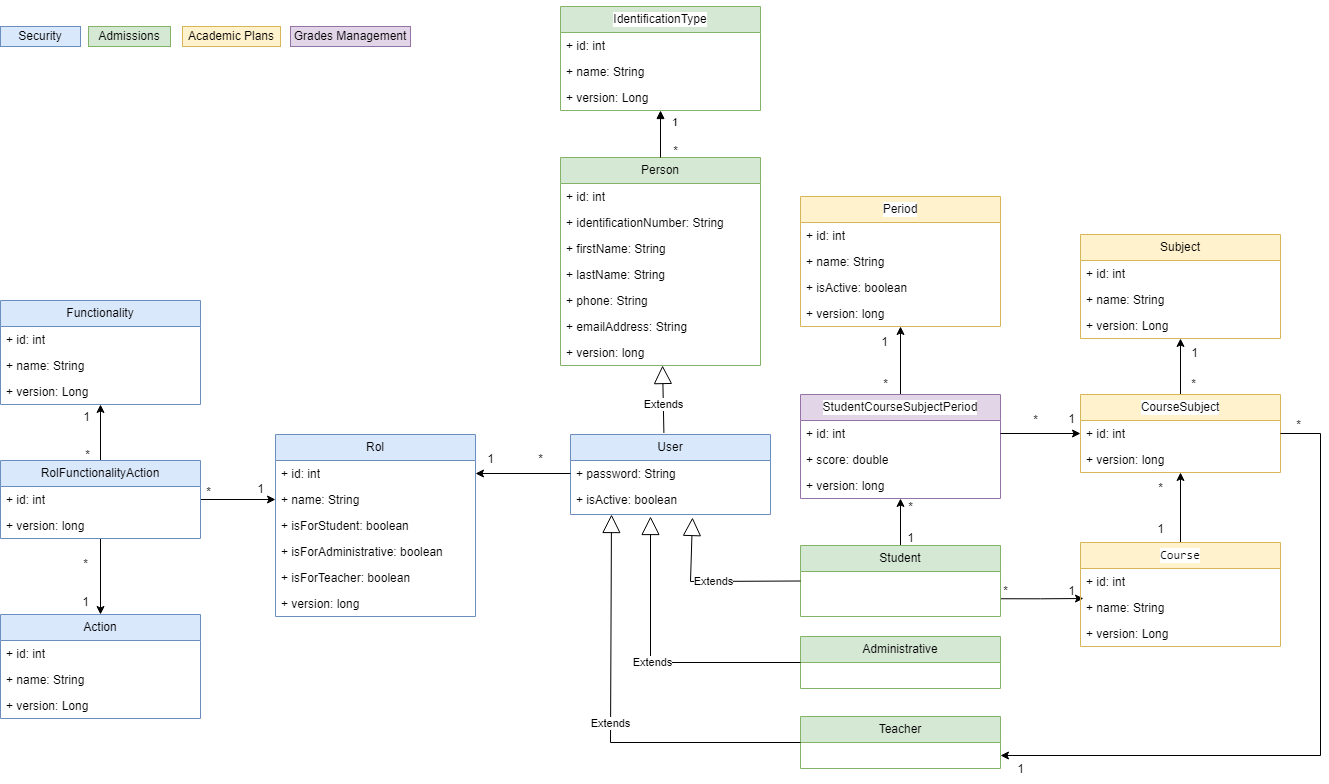
The draw.io diagram src/main/resources/Class Diagram.png in jchuquen/academic-register-services, before a commit. Source tidied: cells renumbered, new cells last; positions are measured from the earlier drawing's top-left corner, leaving out a move shared by most shapes.
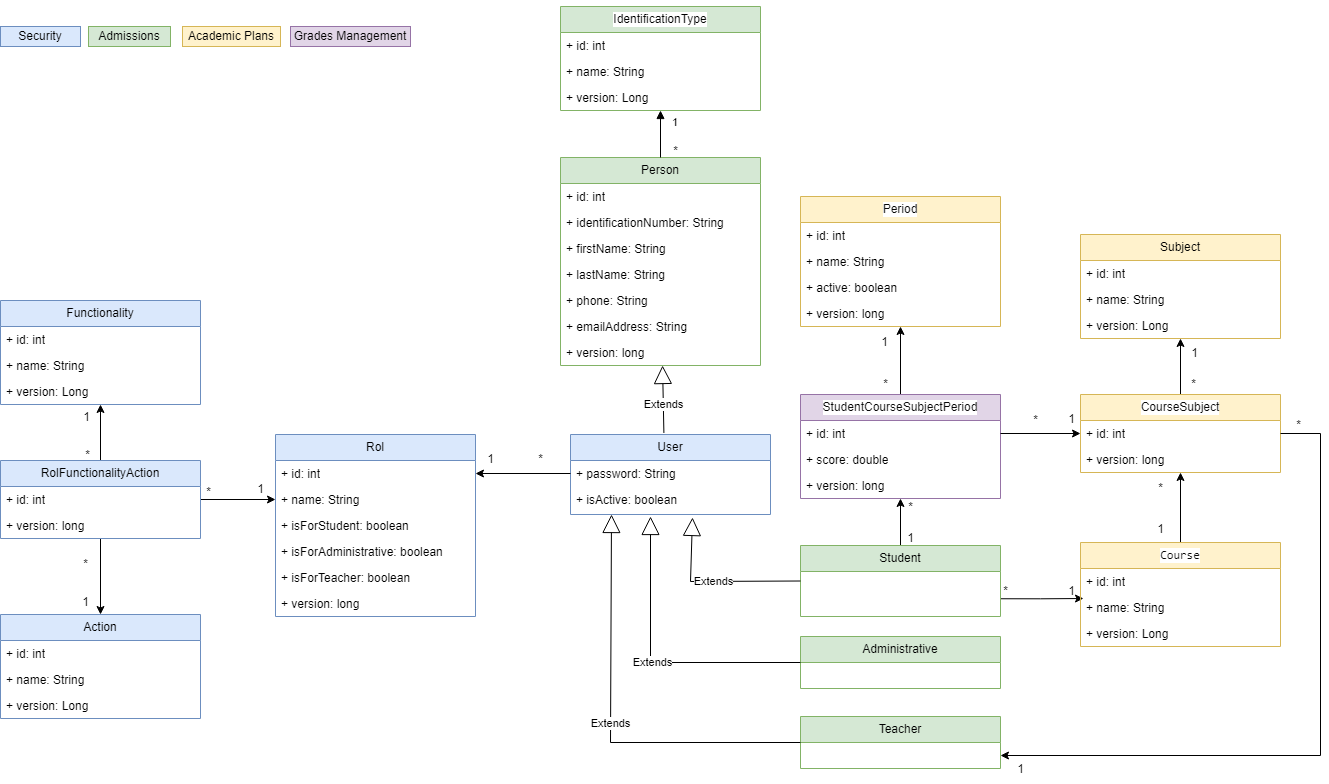
After the commit.

The edit, as a diff of the source:
```diff
@@ -23,7 +23,7 @@
     <mxCell id="8" value="+ name: String" style="text;strokeColor=none;fillColor=none;align=left;verticalAlign=top;spacingLeft=4;spacingRight=4;overflow=hidden;whiteSpace=wrap;html=1;" parent="6" vertex="1">
       <mxGeometry y="52" width="200" height="26" as="geometry" />
     </mxCell>
-    <mxCell id="9" value="+ isActive: boolean" style="text;strokeColor=none;fillColor=none;align=left;verticalAlign=top;spacingLeft=4;spacingRight=4;overflow=hidden;whiteSpace=wrap;html=1;" parent="6" vertex="1">
+    <mxCell id="9" value="+ active: boolean" style="text;strokeColor=none;fillColor=none;align=left;verticalAlign=top;spacingLeft=4;spacingRight=4;overflow=hidden;whiteSpace=wrap;html=1;" parent="6" vertex="1">
       <mxGeometry y="78" width="200" height="26" as="geometry" />
     </mxCell>
     <mxCell id="10" value="+ version: long" style="text;strokeColor=none;fillColor=none;align=left;verticalAlign=top;spacingLeft=4;spacingRight=4;overflow=hidden;whiteSpace=wrap;html=1;" parent="6" vertex="1">
```
